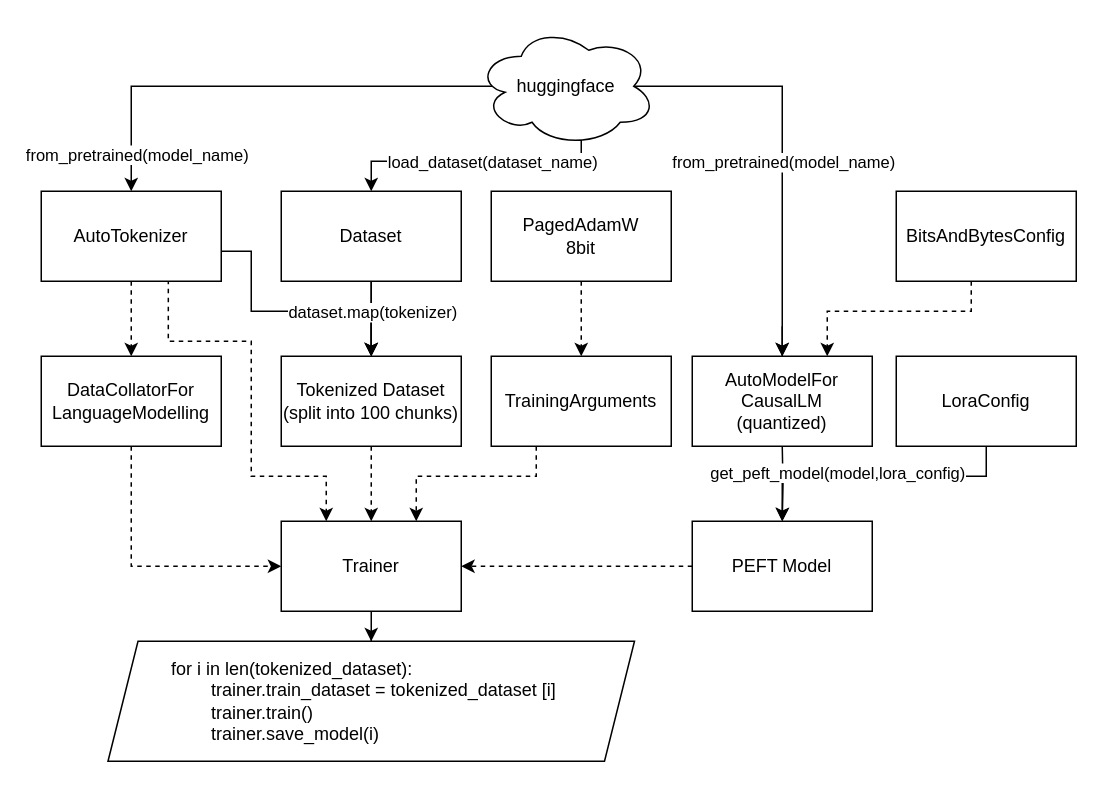
The draw.io diagram thesis/bilder/kapitel4/architecture.drawio in JanDiekhoff/Masterarbeit, before the edit. Source tidied: cells renumbered, new cells numbered last; positions are measured from the earlier drawing's top-left corner, leaving out a move shared by most shapes. Both pictures are drawn from the tidied source at 150%, with x=0, y=0 at pixel (40, 26).
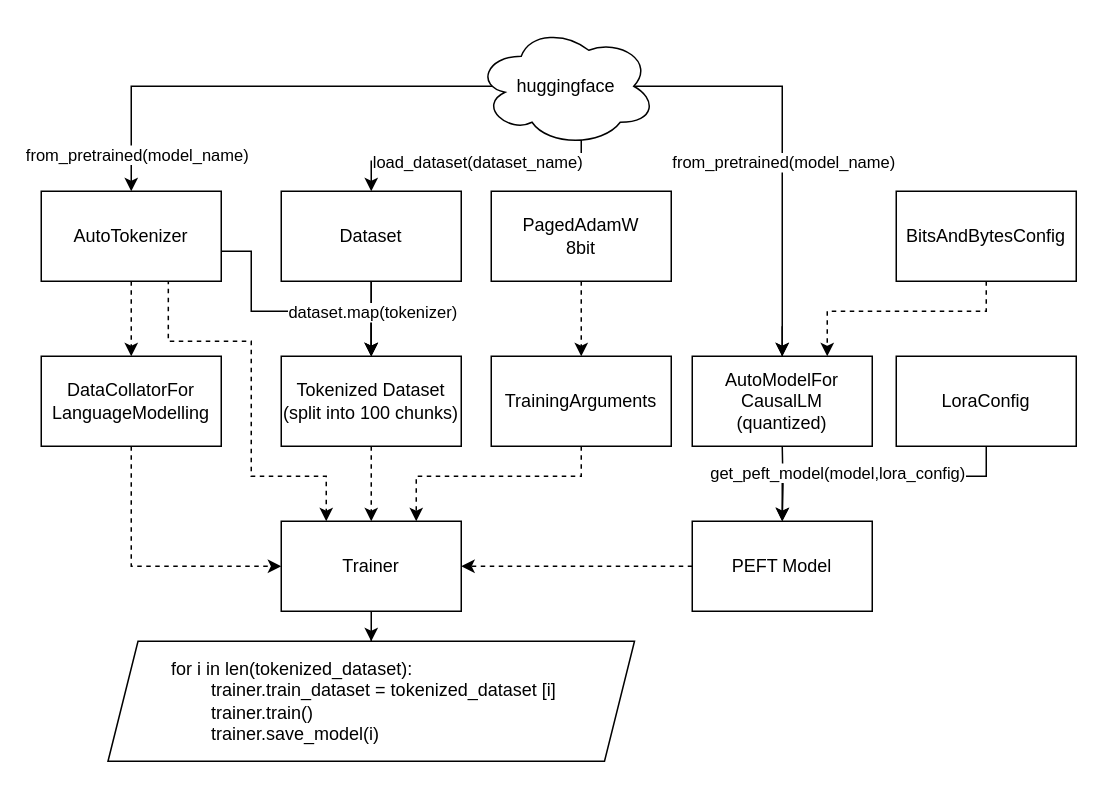
After the change.

The change refers to these unchanged cells:
```xml
<mxCell id="5" style="edgeStyle=orthogonalEdgeStyle;rounded=0;jettySize=auto;html=1;exitX=0.55;exitY=0.95;exitDx=0;exitDy=0;exitPerimeter=0;" parent="1" edge="1" source="9" target="2">
  <mxGeometry relative="1" as="geometry">
    <Array as="points">
      <mxPoint x="360" y="76" />
      <mxPoint x="360" y="90" />
      <mxPoint x="220" y="90" />
    </Array>
  </mxGeometry>
</mxCell>
<mxCell id="11" value="BitsAndBytesConfig" style="rounded=0;whiteSpace=wrap;html=1;" parent="1" vertex="1">
  <mxGeometry x="570" y="110" width="120" height="60" as="geometry" />
</mxCell>
<mxCell id="15" value="Trainer" style="whiteSpace=wrap;html=1;" parent="1" vertex="1">
  <mxGeometry x="160" y="330" width="120" height="60" as="geometry" />
</mxCell>
<mxCell id="22" value="TrainingArguments" style="whiteSpace=wrap;html=1;" parent="1" vertex="1">
  <mxGeometry x="300" y="220" width="120" height="60" as="geometry" />
</mxCell>
<mxCell id="26" value="&lt;div&gt;AutoModelFor&lt;/div&gt;&lt;div&gt;CausalLM&lt;/div&gt;&lt;div&gt;(quantized)&lt;br&gt;&lt;/div&gt;" style="whiteSpace=wrap;html=1;" parent="1" vertex="1">
  <mxGeometry x="434" y="220" width="120" height="60" as="geometry" />
</mxCell>
```

Change to the diagram source:
```diff
@@
     <mxCell id="6" value="load_dataset(dataset_name)" style="edgeLabel;html=1;align=center;verticalAlign=middle;" parent="5" vertex="1">
       <mxGeometry x="-0.11" relative="1" as="geometry">
-        <mxPoint x="1" as="offset" />
+        <mxPoint x="-9" as="offset" />
       </mxGeometry>
     </mxCell>
@@
-    <mxCell id="10" style="edgeStyle=orthogonalEdgeStyle;rounded=0;jettySize=auto;html=1;entryX=0.75;entryY=0;entryDx=0;entryDy=0;dashed=1;" parent="1" edge="1" source="11" target="26">
+    <mxCell id="10" style="edgeStyle=orthogonalEdgeStyle;rounded=0;jettySize=auto;html=1;entryX=0.75;entryY=0;entryDx=0;entryDy=0;dashed=1;exitX=0.5;exitY=1;exitDx=0;exitDy=0;" parent="1" edge="1" source="11" target="26">
       <mxGeometry relative="1" as="geometry">
         <Array as="points">
-          <mxPoint x="620" y="190" />
+          <mxPoint x="630" y="190" />
           <mxPoint x="524" y="190" />
         </Array>
       </mxGeometry>
     </mxCell>
@@
-    <mxCell id="21" style="edgeStyle=orthogonalEdgeStyle;rounded=0;jettySize=auto;html=1;exitX=0.25;exitY=1;exitDx=0;exitDy=0;entryX=0.75;entryY=0;entryDx=0;entryDy=0;dashed=1;" parent="1" edge="1" source="22" target="15">
+    <mxCell id="21" style="edgeStyle=orthogonalEdgeStyle;rounded=0;jettySize=auto;html=1;exitX=0.5;exitY=1;exitDx=0;exitDy=0;entryX=0.75;entryY=0;entryDx=0;entryDy=0;dashed=1;" parent="1" edge="1" source="22" target="15">
       <mxGeometry relative="1" as="geometry">
         <Array as="points">
-          <mxPoint x="330" y="300" />
+          <mxPoint x="360" y="300" />
           <mxPoint x="250" y="300" />
         </Array>
       </mxGeometry>
     </mxCell>
```
